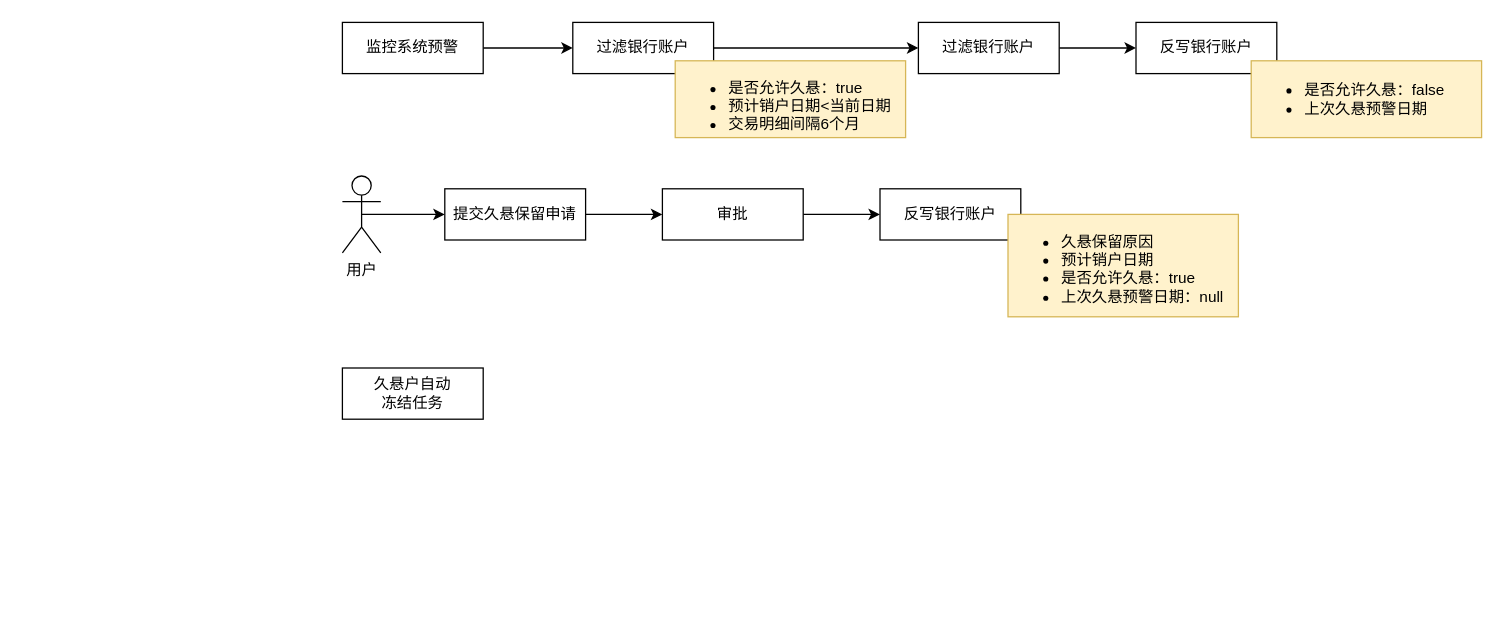
Before: dormant-global.drawio in Alphathur/diagram, a draw.io diagram. Source tidied: cells renumbered, new cells numbered last; positions are measured from the earlier drawing's top-left corner, leaving out a move shared by most shapes. Both pictures are drawn from the tidied source at 128%, with x=0, y=0 at pixel (342, 22).
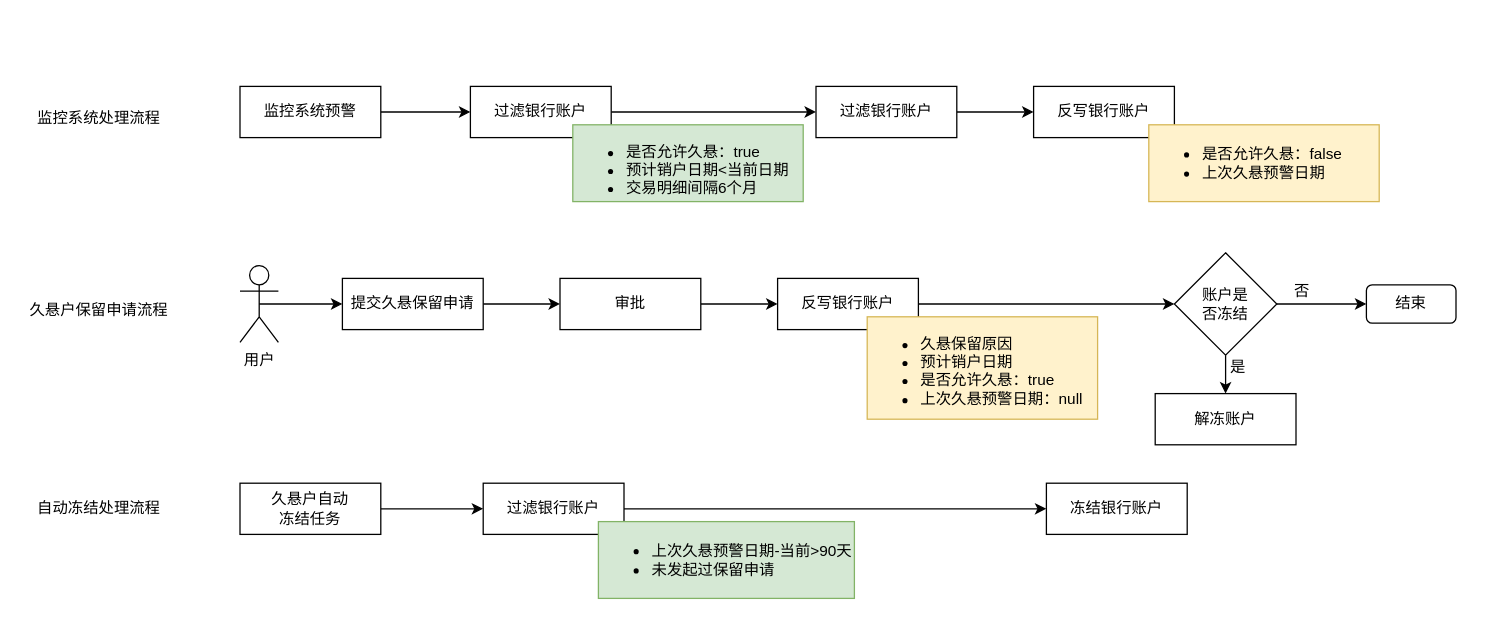
After the change.

Change to the diagram source:
```diff
@@
     <mxCell id="3" value="监控系统预警" style="rounded=0;whiteSpace=wrap;html=1;" parent="1" vertex="1">
-      <mxGeometry width="110" height="40" as="geometry" />
+      <mxGeometry x="-80" y="50" width="110" height="40" as="geometry" />
     </mxCell>
     <mxCell id="4" value="反写银行账户" style="rounded=0;whiteSpace=wrap;html=1;" parent="1" vertex="1">
-      <mxGeometry x="620" width="110" height="40" as="geometry" />
+      <mxGeometry x="540" y="50" width="110" height="40" as="geometry" />
     </mxCell>
     <mxCell id="5" value="&lt;ul&gt;&lt;li&gt;&lt;span style=&quot;background-color: initial;&quot;&gt;是否允许久悬：false&lt;/span&gt;&lt;br&gt;&lt;/li&gt;&lt;li&gt;上次久悬预警日期&lt;/li&gt;&lt;/ul&gt;" style="text;html=1;whiteSpace=wrap;verticalAlign=middle;overflow=hidden;rounded=0;imageAspect=1;absoluteArcSize=0;noLabel=0;fillColor=#fff2cc;strokeColor=#d6b656;" parent="1" vertex="1">
-      <mxGeometry x="710" y="30" width="180" height="60" as="geometry" />
+      <mxGeometry x="630" y="80" width="180" height="60" as="geometry" />
     </mxCell>
@@
     <mxCell id="7" value="用户" style="shape=umlActor;verticalLabelPosition=bottom;verticalAlign=top;html=1;outlineConnect=0;rounded=0;fillColor=none;" parent="1" vertex="1">
-      <mxGeometry y="120" width="30" height="60" as="geometry" />
+      <mxGeometry x="-80" y="190" width="30" height="60" as="geometry" />
     </mxCell>
@@
     <mxCell id="9" value="提交久悬保留申请" style="rounded=0;whiteSpace=wrap;html=1;" parent="1" vertex="1">
-      <mxGeometry x="80" y="130" width="110" height="40" as="geometry" />
+      <mxGeometry y="200" width="110" height="40" as="geometry" />
     </mxCell>
@@
     <mxCell id="11" value="审批" style="rounded=0;whiteSpace=wrap;html=1;" parent="1" vertex="1">
-      <mxGeometry x="250" y="130" width="110" height="40" as="geometry" />
+      <mxGeometry x="170" y="200" width="110" height="40" as="geometry" />
     </mxCell>
+    <mxCell id="20" style="edgeStyle=orthogonalEdgeStyle;rounded=0;jettySize=auto;html=1;entryX=0;entryY=0.5;entryDx=0;entryDy=0;" parent="1" edge="1" source="12" target="28">
+      <mxGeometry relative="1" as="geometry" />
+    </mxCell>
     <mxCell id="12" value="反写银行账户" style="rounded=0;whiteSpace=wrap;html=1;" parent="1" vertex="1">
-      <mxGeometry x="420" y="130" width="110" height="40" as="geometry" />
+      <mxGeometry x="340" y="200" width="110" height="40" as="geometry" />
     </mxCell>
     <mxCell id="13" value="&lt;ul&gt;&lt;li&gt;久悬保留原因&lt;/li&gt;&lt;li&gt;预计销户日期&lt;/li&gt;&lt;li&gt;是否允许久悬：true&lt;/li&gt;&lt;li&gt;上次久悬预警日期：null&lt;/li&gt;&lt;/ul&gt;" style="text;html=1;whiteSpace=wrap;verticalAlign=middle;overflow=hidden;rounded=0;imageAspect=1;absoluteArcSize=0;noLabel=0;fillColor=#fff2cc;strokeColor=#d6b656;" parent="1" vertex="1">
-      <mxGeometry x="520" y="150" width="180" height="80" as="geometry" />
+      <mxGeometry x="410" y="230" width="180" height="80" as="geometry" />
     </mxCell>
@@
     <mxCell id="15" value="过滤银行账户" style="rounded=0;whiteSpace=wrap;html=1;" parent="1" vertex="1">
-      <mxGeometry x="180" width="110" height="40" as="geometry" />
+      <mxGeometry x="100" y="50" width="110" height="40" as="geometry" />
     </mxCell>
-    <mxCell id="16" value="&lt;ul&gt;&lt;li&gt;&lt;span style=&quot;background-color: initial;&quot;&gt;是否允许久悬：true&lt;/span&gt;&lt;br&gt;&lt;/li&gt;&lt;li&gt;预计销户日期&amp;lt;当前日期&lt;br&gt;&lt;/li&gt;&lt;li&gt;交易明细间隔6个月&lt;/li&gt;&lt;/ul&gt;" style="text;html=1;whiteSpace=wrap;verticalAlign=middle;overflow=hidden;rounded=0;imageAspect=1;absoluteArcSize=0;noLabel=0;fillColor=#fff2cc;strokeColor=#d6b656;" parent="1" vertex="1">
-      <mxGeometry x="260" y="30" width="180" height="60" as="geometry" />
+    <mxCell id="16" value="&lt;ul&gt;&lt;li&gt;&lt;span style=&quot;background-color: initial;&quot;&gt;是否允许久悬：true&lt;/span&gt;&lt;br&gt;&lt;/li&gt;&lt;li&gt;预计销户日期&amp;lt;当前日期&lt;br&gt;&lt;/li&gt;&lt;li&gt;交易明细间隔6个月&lt;/li&gt;&lt;/ul&gt;" style="text;html=1;whiteSpace=wrap;verticalAlign=middle;overflow=hidden;rounded=0;imageAspect=1;absoluteArcSize=0;noLabel=0;fillColor=#d5e8d4;strokeColor=#82b366;" parent="1" vertex="1">
+      <mxGeometry x="180" y="80" width="180" height="60" as="geometry" />
     </mxCell>
@@
     <mxCell id="18" value="过滤银行账户" style="rounded=0;whiteSpace=wrap;html=1;" parent="1" vertex="1">
-      <mxGeometry x="450" width="110" height="40" as="geometry" />
+      <mxGeometry x="370" y="50" width="110" height="40" as="geometry" />
     </mxCell>
+    <mxCell id="21" style="edgeStyle=orthogonalEdgeStyle;rounded=0;jettySize=auto;html=1;" parent="1" edge="1" source="19">
+      <mxGeometry relative="1" as="geometry">
+        <mxPoint x="110" y="380" as="targetPoint" />
+      </mxGeometry>
+    </mxCell>
     <mxCell id="19" value="久悬户自动&lt;br&gt;冻结任务" style="rounded=0;whiteSpace=wrap;html=1;" parent="1" vertex="1">
-      <mxGeometry y="270" width="110" height="40" as="geometry" />
+      <mxGeometry x="-80" y="360" width="110" height="40" as="geometry" />
     </mxCell>
+    <mxCell id="22" style="edgeStyle=orthogonalEdgeStyle;rounded=0;jettySize=auto;html=1;" parent="1" edge="1" source="23" target="25">
+      <mxGeometry relative="1" as="geometry" />
+    </mxCell>
+    <mxCell id="23" value="过滤银行账户" style="rounded=0;whiteSpace=wrap;html=1;" parent="1" vertex="1">
+      <mxGeometry x="110" y="360" width="110" height="40" as="geometry" />
+    </mxCell>
+    <mxCell id="24" value="&lt;ul&gt;&lt;li&gt;上次久悬预警日期-当前&amp;gt;90天&lt;/li&gt;&lt;li&gt;未发起过保留申请&lt;/li&gt;&lt;/ul&gt;" style="text;html=1;whiteSpace=wrap;verticalAlign=middle;overflow=hidden;rounded=0;imageAspect=1;absoluteArcSize=0;noLabel=0;fillColor=#d5e8d4;strokeColor=#82b366;" parent="1" vertex="1">
+      <mxGeometry x="200" y="390" width="200" height="60" as="geometry" />
+    </mxCell>
+    <mxCell id="25" value="冻结银行账户" style="rounded=0;whiteSpace=wrap;html=1;" parent="1" vertex="1">
+      <mxGeometry x="550" y="360" width="110" height="40" as="geometry" />
+    </mxCell>
+    <mxCell id="26" style="edgeStyle=orthogonalEdgeStyle;rounded=0;jettySize=auto;html=1;entryX=0;entryY=0.5;entryDx=0;entryDy=0;" parent="1" edge="1" source="28" target="32">
+      <mxGeometry relative="1" as="geometry" />
+    </mxCell>
+    <mxCell id="27" style="edgeStyle=orthogonalEdgeStyle;rounded=0;jettySize=auto;html=1;" parent="1" edge="1" source="28" target="29">
+      <mxGeometry relative="1" as="geometry" />
+    </mxCell>
+    <mxCell id="28" value="账户是&lt;br&gt;否冻结" style="rhombus;whiteSpace=wrap;html=1;rounded=0;fillColor=none;" parent="1" vertex="1">
+      <mxGeometry x="650" y="180" width="80" height="80" as="geometry" />
+    </mxCell>
+    <mxCell id="29" value="解冻账户" style="rounded=0;whiteSpace=wrap;html=1;" parent="1" vertex="1">
+      <mxGeometry x="635" y="290" width="110" height="40" as="geometry" />
+    </mxCell>
+    <mxCell id="30" value="是" style="text;html=1;strokeColor=none;fillColor=none;align=center;verticalAlign=middle;whiteSpace=wrap;rounded=0;" parent="1" vertex="1">
+      <mxGeometry x="680" y="260" width="40" height="20" as="geometry" />
+    </mxCell>
+    <mxCell id="31" value="否" style="text;html=1;strokeColor=none;fillColor=none;align=center;verticalAlign=middle;whiteSpace=wrap;rounded=0;" parent="1" vertex="1">
+      <mxGeometry x="730" y="200" width="40" height="20" as="geometry" />
+    </mxCell>
+    <mxCell id="32" value="结束" style="rounded=1;whiteSpace=wrap;html=1;fillColor=none;" parent="1" vertex="1">
+      <mxGeometry x="800" y="205" width="70" height="30" as="geometry" />
+    </mxCell>
+    <mxCell id="33" value="久悬户保留申请流程" style="text;html=1;strokeColor=none;fillColor=none;align=center;verticalAlign=middle;whiteSpace=wrap;rounded=0;" parent="1" vertex="1">
+      <mxGeometry x="-250" y="210" width="120" height="30" as="geometry" />
+    </mxCell>
+    <mxCell id="34" value="监控系统处理流程" style="text;html=1;strokeColor=none;fillColor=none;align=center;verticalAlign=middle;whiteSpace=wrap;rounded=0;" parent="1" vertex="1">
+      <mxGeometry x="-250" y="60" width="120" height="30" as="geometry" />
+    </mxCell>
+    <mxCell id="35" value="自动冻结处理流程" style="text;html=1;strokeColor=none;fillColor=none;align=center;verticalAlign=middle;whiteSpace=wrap;rounded=0;" parent="1" vertex="1">
+      <mxGeometry x="-250" y="365" width="120" height="30" as="geometry" />
+    </mxCell>
```
